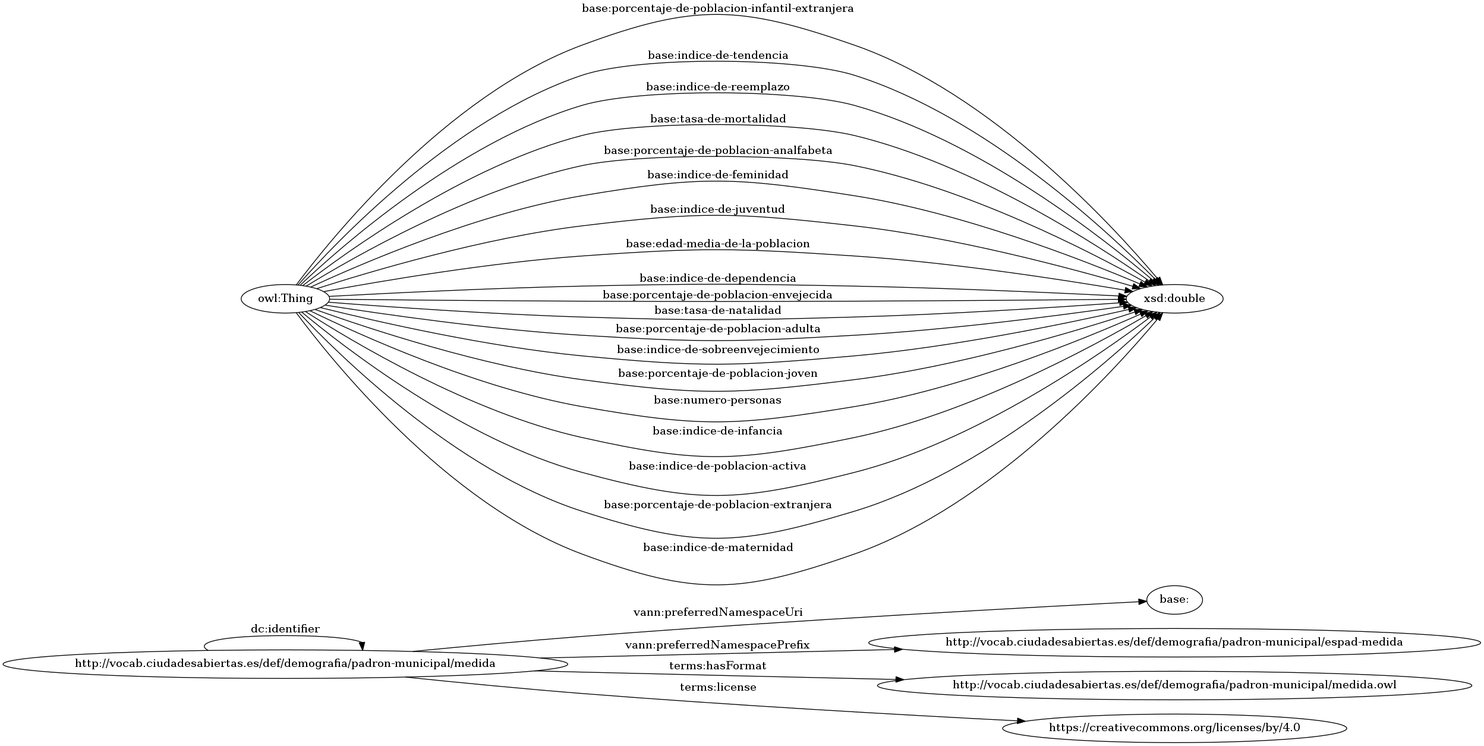
This is OnToology/measure-ontology/padron-municipal-medida.owl/diagrams/ar2dtool-class/padron-municipal-medida.owl.png from opencitydata/demografia-datos, a Graphviz export, as it was before one commit. Its source is kept beside it as OnToology/measure-ontology/padron-municipal-medida.owl/diagrams/ar2dtool-class/padron-municipal-medida.owl.png.dot. Source of this version:
```dot
digraph ar2dtool_diagram {
rankdir=LR;
size="1501"
	"http://vocab.ciudadesabiertas.es/def/demografia/padron-municipal/medida" -> "http://vocab.ciudadesabiertas.es/def/demografia/padron-municipal/medida" [ label = "dc:identifier" ];
	"http://vocab.ciudadesabiertas.es/def/demografia/padron-municipal/medida" -> "base:" [ label = "vann:preferredNamespaceUri" ];
	"http://vocab.ciudadesabiertas.es/def/demografia/padron-municipal/medida" -> "http://vocab.ciudadesabiertas.es/def/demografia/padron-municipal/espad-medida" [ label = "vann:preferredNamespacePrefix" ];
	"http://vocab.ciudadesabiertas.es/def/demografia/padron-municipal/medida" -> "http://vocab.ciudadesabiertas.es/def/demografia/padron-municipal/medida.owl" [ label = "terms:hasFormat" ];
	"http://vocab.ciudadesabiertas.es/def/demografia/padron-municipal/medida" -> "https://creativecommons.org/licenses/by/4.0" [ label = "terms:license" ];
	"owl:Thing" -> "xsd:double" [ label = "base:porcentaje-de-poblacion-infantil-extranjera" ];
	"owl:Thing" -> "xsd:double" [ label = "base:indice-de-tendencia" ];
	"owl:Thing" -> "xsd:double" [ label = "base:indice-de-reemplazo" ];
	"owl:Thing" -> "xsd:double" [ label = "base:tasa-de-mortalidad" ];
	"owl:Thing" -> "xsd:double" [ label = "base:porcentaje-de-poblacion-analfabeta" ];
	"owl:Thing" -> "xsd:double" [ label = "base:indice-de-feminidad" ];
	"owl:Thing" -> "xsd:double" [ label = "base:indice-de-juventud" ];
	"owl:Thing" -> "xsd:double" [ label = "base:edad-media-de-la-poblacion" ];
	"owl:Thing" -> "xsd:double" [ label = "base:indice-de-dependencia" ];
	"owl:Thing" -> "xsd:double" [ label = "base:porcentaje-de-poblacion-envejecida" ];
	"owl:Thing" -> "xsd:double" [ label = "base:tasa-de-natalidad" ];
	"owl:Thing" -> "xsd:double" [ label = "base:porcentaje-de-poblacion-adulta" ];
	"owl:Thing" -> "xsd:double" [ label = "base:indice-de-sobreenvejecimiento" ];
	"owl:Thing" -> "xsd:double" [ label = "base:porcentaje-de-poblacion-joven" ];
	"owl:Thing" -> "xsd:double" [ label = "base:numero-personas" ];
	"owl:Thing" -> "xsd:double" [ label = "base:indice-de-infancia" ];
	"owl:Thing" -> "xsd:double" [ label = "base:indice-de-poblacion-activa" ];
	"owl:Thing" -> "xsd:double" [ label = "base:porcentaje-de-poblacion-extranjera" ];
	"owl:Thing" -> "xsd:double" [ label = "base:indice-de-maternidad" ];

}
```
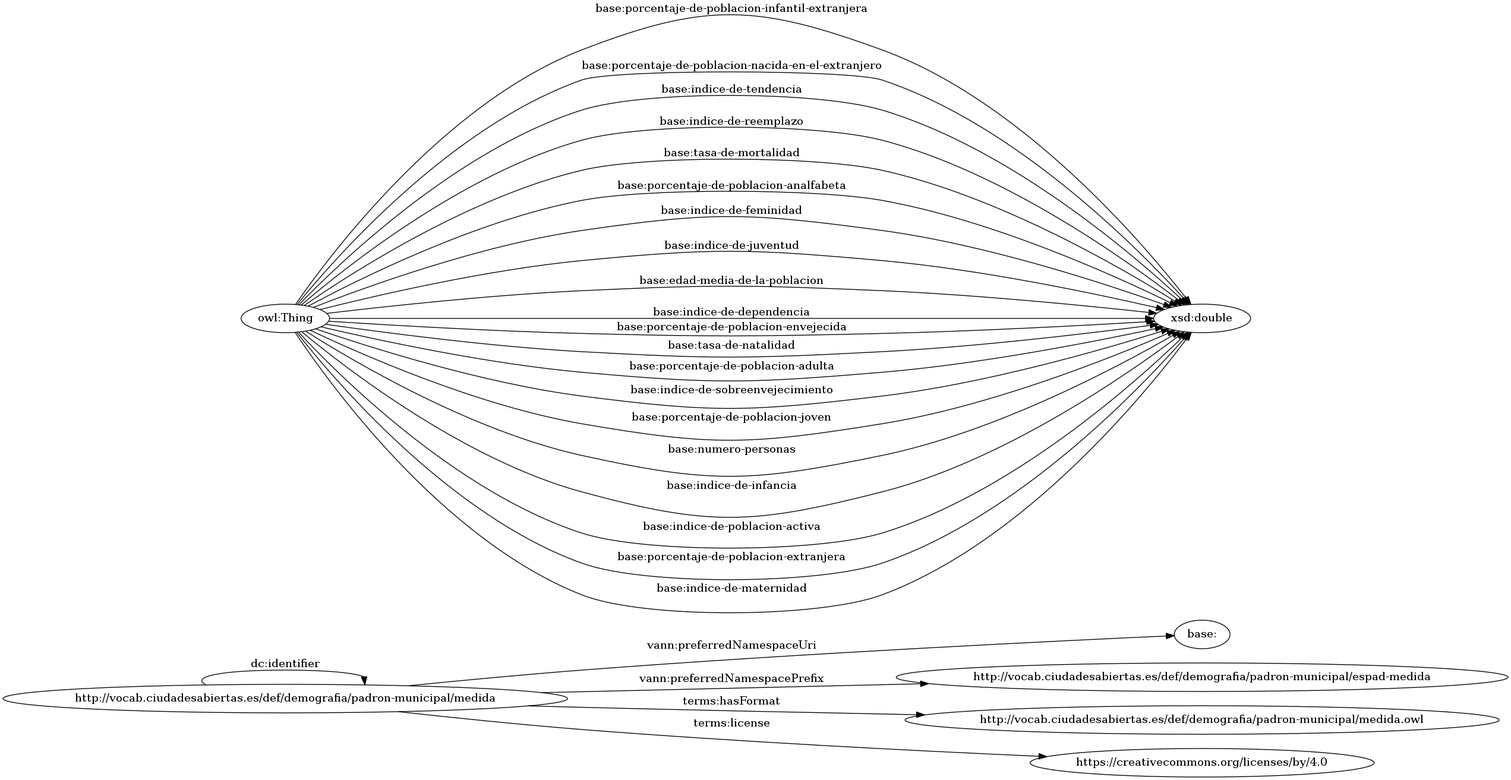
Later version of the same file.

Diff of the diagram source:
```diff
@@ -7,6 +7,7 @@
 	"http://vocab.ciudadesabiertas.es/def/demografia/padron-municipal/medida" -> "http://vocab.ciudadesabiertas.es/def/demografia/padron-municipal/medida.owl" [ label = "terms:hasFormat" ];
 	"http://vocab.ciudadesabiertas.es/def/demografia/padron-municipal/medida" -> "https://creativecommons.org/licenses/by/4.0" [ label = "terms:license" ];
 	"owl:Thing" -> "xsd:double" [ label = "base:porcentaje-de-poblacion-infantil-extranjera" ];
+	"owl:Thing" -> "xsd:double" [ label = "base:porcentaje-de-poblacion-nacida-en-el-extranjero" ];
 	"owl:Thing" -> "xsd:double" [ label = "base:indice-de-tendencia" ];
 	"owl:Thing" -> "xsd:double" [ label = "base:indice-de-reemplazo" ];
 	"owl:Thing" -> "xsd:double" [ label = "base:tasa-de-mortalidad" ];
```
